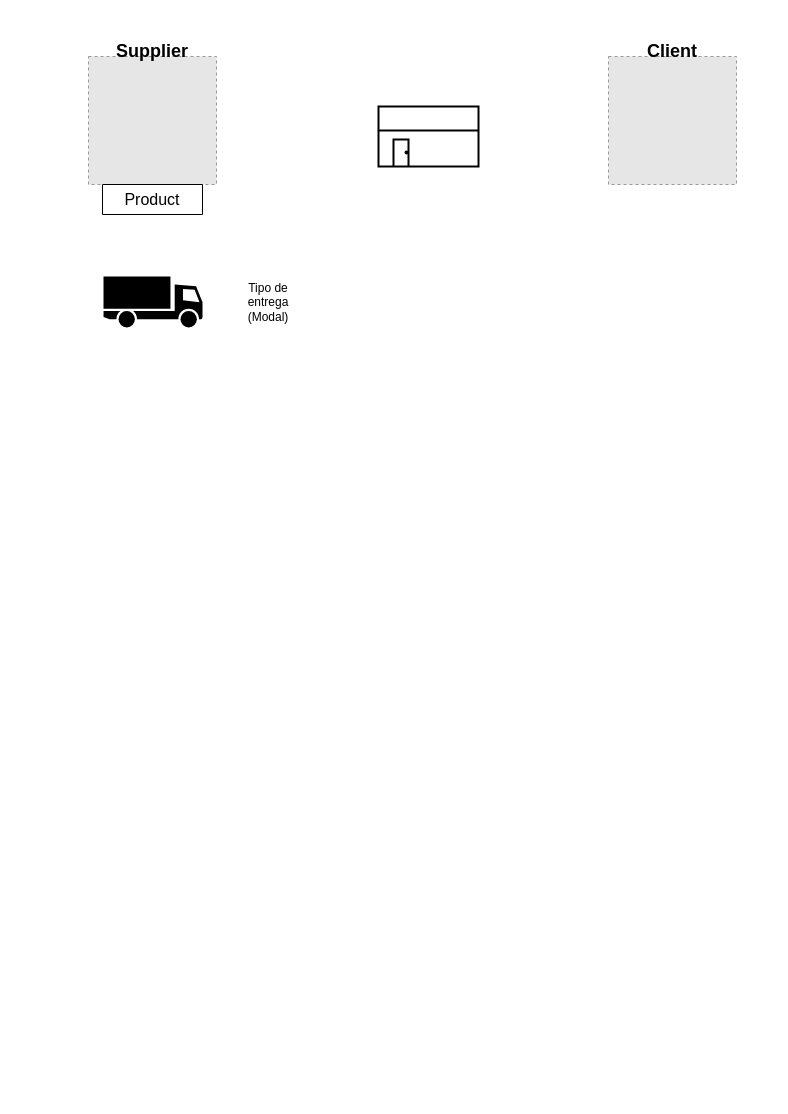
The draw.io diagram logistica/fluxo_produtos1.drawio in TonAndrade/projects, before the edit. Source tidied: cells renumbered, new cells numbered last; positions are measured from the earlier drawing's top-left corner, leaving out a move shared by most shapes. Both pictures are drawn from the tidied source at 100%, with x=0, y=0 at pixel (88, 36). Pictures stored in the file or linked from it are replaced by grey dashed boxes.
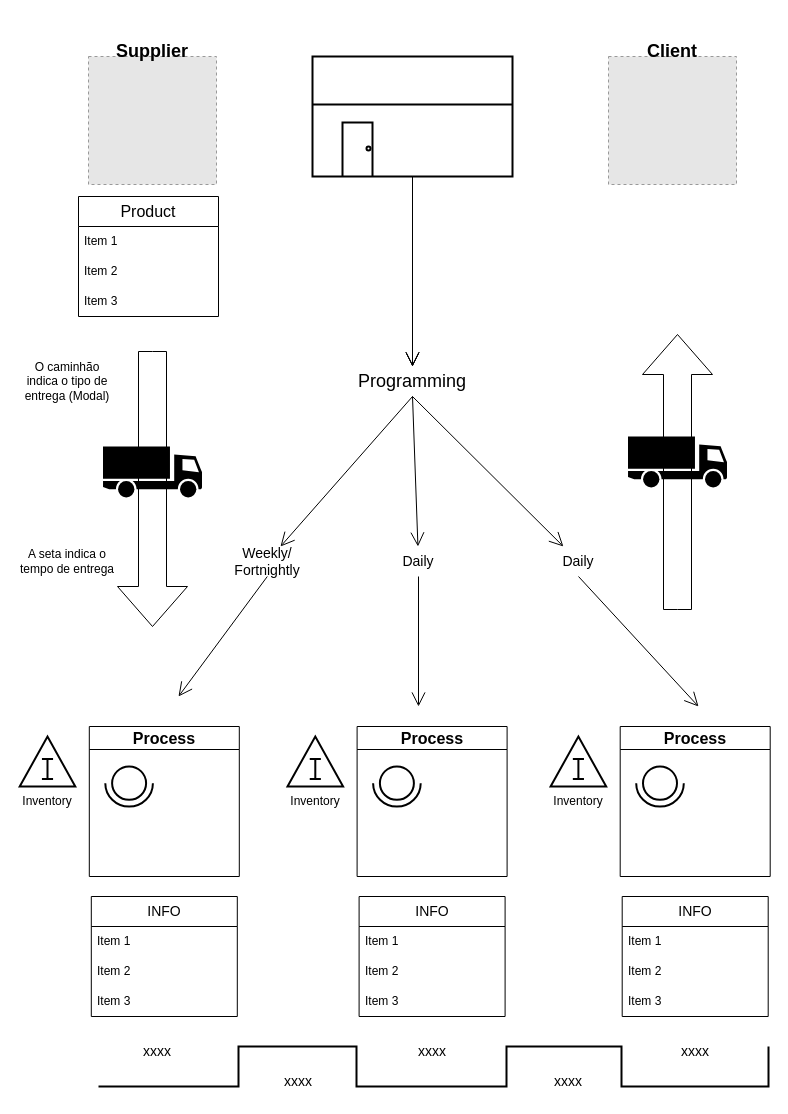
After the change.

The edit, as a diff of the source:
```diff
@@
+    <mxCell id="10" style="html=1;shadow=0;dashed=0;align=center;verticalAlign=middle;shape=mxgraph.arrows2.arrow;dy=0.6;dx=40;direction=south;notch=0;" parent="1" vertex="1">
+      <mxGeometry x="29" y="315" width="70" height="275" as="geometry" />
+    </mxCell>
     <mxCell id="2" style="verticalLabelPosition=bottom;html=1;verticalAlign=top;strokeWidth=2;shape=mxgraph.lean_mapping.warehouse;" parent="1" vertex="1">
-      <mxGeometry x="290" y="70" width="100" height="60" as="geometry" />
+      <mxGeometry x="224" y="20" width="200" height="120" as="geometry" />
     </mxCell>
@@
-    <mxCell id="6" value="&lt;font style=&quot;font-size: 16px;&quot;&gt;Product&lt;/font&gt;" style="swimlane;fontStyle=0;horizontal=1;startSize=30;whiteSpace=wrap;html=1;" parent="1" vertex="1" collapsed="1">
-      <mxGeometry x="14" y="148" width="100" height="30" as="geometry" />
+    <mxCell id="6" value="&lt;font style=&quot;font-size: 16px;&quot;&gt;Product&lt;/font&gt;" style="swimlane;fontStyle=0;horizontal=1;startSize=30;whiteSpace=wrap;html=1;" parent="1" vertex="1">
+      <mxGeometry x="-10" y="160" width="140" height="120" as="geometry" />
     </mxCell>
+    <mxCell id="11" value="Item 1" style="text;strokeColor=none;fillColor=none;align=left;verticalAlign=middle;spacingLeft=4;spacingRight=4;overflow=hidden;whiteSpace=wrap;html=1;" parent="6" vertex="1">
+      <mxGeometry y="30" width="140" height="30" as="geometry" />
+    </mxCell>
+    <mxCell id="12" value="Item 2" style="text;strokeColor=none;fillColor=none;align=left;verticalAlign=middle;spacingLeft=4;spacingRight=4;overflow=hidden;whiteSpace=wrap;html=1;" parent="6" vertex="1">
+      <mxGeometry y="60" width="140" height="30" as="geometry" />
+    </mxCell>
+    <mxCell id="13" value="Item 3" style="text;strokeColor=none;fillColor=none;align=left;verticalAlign=middle;spacingLeft=4;spacingRight=4;overflow=hidden;whiteSpace=wrap;html=1;" parent="6" vertex="1">
+      <mxGeometry y="90" width="140" height="30" as="geometry" />
+    </mxCell>
@@
     <mxCell id="8" style="shape=mxgraph.signs.transportation.truck_1;html=1;fillColor=#000000;strokeColor=none;verticalLabelPosition=bottom;verticalAlign=top;align=center;direction=east;flipH=1;" parent="1" vertex="1">
-      <mxGeometry x="15" y="240" width="99" height="51" as="geometry" />
+      <mxGeometry x="14.5" y="410" width="99" height="51" as="geometry" />
     </mxCell>
-    <mxCell id="9" value="Tipo de entrega (Modal)" style="text;html=1;align=center;verticalAlign=middle;whiteSpace=wrap;rounded=0;" parent="1" vertex="1">
-      <mxGeometry x="150" y="251" width="60" height="30" as="geometry" />
+    <mxCell id="9" value="O caminhão indica o t&lt;span style=&quot;background-color: initial;&quot;&gt;ipo de entrega (Modal)&lt;/span&gt;" style="text;html=1;align=center;verticalAlign=middle;whiteSpace=wrap;rounded=0;" parent="1" vertex="1">
+      <mxGeometry x="-71" y="330" width="100" height="30" as="geometry" />
     </mxCell>
+    <mxCell id="14" value="A seta indica o tempo de entrega" style="text;html=1;align=center;verticalAlign=middle;whiteSpace=wrap;rounded=0;" parent="1" vertex="1">
+      <mxGeometry x="-71" y="510" width="100" height="30" as="geometry" />
+    </mxCell>
+    <mxCell id="15" value="&lt;font style=&quot;font-size: 16px;&quot;&gt;Process&lt;/font&gt;" style="swimlane;whiteSpace=wrap;html=1;" parent="1" vertex="1">
+      <mxGeometry x="0.8" y="690" width="150" height="150" as="geometry" />
+    </mxCell>
+    <mxCell id="16" style="verticalLabelPosition=bottom;html=1;verticalAlign=top;strokeWidth=2;shape=mxgraph.lean_mapping.operator;" parent="15" vertex="1">
+      <mxGeometry x="16" y="40" width="47.6" height="40" as="geometry" />
+    </mxCell>
+    <mxCell id="17" style="group;" parent="1" vertex="1">
+      <mxGeometry x="-71" y="700" width="60" height="80" as="geometry" />
+    </mxCell>
+    <mxCell id="18" style="verticalLabelPosition=bottom;html=1;verticalAlign=top;strokeWidth=2;shape=mxgraph.lean_mapping.inventory_box;" parent="17" vertex="1">
+      <mxGeometry x="2.2" width="55.6" height="50" as="geometry" />
+    </mxCell>
+    <mxCell id="19" value="Inventory" style="text;html=1;align=center;verticalAlign=middle;whiteSpace=wrap;rounded=0;" parent="17" vertex="1">
+      <mxGeometry y="50" width="60" height="30" as="geometry" />
+    </mxCell>
+    <mxCell id="20" value="&lt;font style=&quot;font-size: 14px;&quot;&gt;INFO&lt;/font&gt;" style="swimlane;fontStyle=0;horizontal=1;startSize=30;whiteSpace=wrap;html=1;" parent="1" vertex="1">
+      <mxGeometry x="2.8" y="860" width="146" height="120" as="geometry" />
+    </mxCell>
+    <mxCell id="21" value="Item 1" style="text;strokeColor=none;fillColor=none;align=left;verticalAlign=middle;spacingLeft=4;spacingRight=4;overflow=hidden;whiteSpace=wrap;html=1;" parent="20" vertex="1">
+      <mxGeometry y="30" width="146" height="30" as="geometry" />
+    </mxCell>
+    <mxCell id="22" value="Item 2" style="text;strokeColor=none;fillColor=none;align=left;verticalAlign=middle;spacingLeft=4;spacingRight=4;overflow=hidden;whiteSpace=wrap;html=1;" parent="20" vertex="1">
+      <mxGeometry y="60" width="146" height="30" as="geometry" />
+    </mxCell>
+    <mxCell id="23" value="Item 3" style="text;strokeColor=none;fillColor=none;align=left;verticalAlign=middle;spacingLeft=4;spacingRight=4;overflow=hidden;whiteSpace=wrap;html=1;" parent="20" vertex="1">
+      <mxGeometry y="90" width="146" height="30" as="geometry" />
+    </mxCell>
+    <mxCell id="24" value="&lt;font style=&quot;font-size: 16px;&quot;&gt;Process&lt;/font&gt;" style="swimlane;whiteSpace=wrap;html=1;" parent="1" vertex="1">
+      <mxGeometry x="268.6" y="690" width="150" height="150" as="geometry" />
+    </mxCell>
+    <mxCell id="25" style="verticalLabelPosition=bottom;html=1;verticalAlign=top;strokeWidth=2;shape=mxgraph.lean_mapping.operator;" parent="24" vertex="1">
+      <mxGeometry x="16" y="40" width="47.6" height="40" as="geometry" />
+    </mxCell>
+    <mxCell id="26" style="group;" parent="1" vertex="1">
+      <mxGeometry x="196.8" y="700" width="60" height="80" as="geometry" />
+    </mxCell>
+    <mxCell id="27" style="verticalLabelPosition=bottom;html=1;verticalAlign=top;strokeWidth=2;shape=mxgraph.lean_mapping.inventory_box;" parent="26" vertex="1">
+      <mxGeometry x="2.2" width="55.6" height="50" as="geometry" />
+    </mxCell>
+    <mxCell id="28" value="Inventory" style="text;html=1;align=center;verticalAlign=middle;whiteSpace=wrap;rounded=0;" parent="26" vertex="1">
+      <mxGeometry y="50" width="60" height="30" as="geometry" />
+    </mxCell>
+    <mxCell id="29" value="&lt;font style=&quot;font-size: 14px;&quot;&gt;INFO&lt;/font&gt;" style="swimlane;fontStyle=0;horizontal=1;startSize=30;whiteSpace=wrap;html=1;" parent="1" vertex="1">
+      <mxGeometry x="270.6" y="860" width="146" height="120" as="geometry" />
+    </mxCell>
+    <mxCell id="30" value="Item 1" style="text;strokeColor=none;fillColor=none;align=left;verticalAlign=middle;spacingLeft=4;spacingRight=4;overflow=hidden;whiteSpace=wrap;html=1;" parent="29" vertex="1">
+      <mxGeometry y="30" width="146" height="30" as="geometry" />
+    </mxCell>
+    <mxCell id="31" value="Item 2" style="text;strokeColor=none;fillColor=none;align=left;verticalAlign=middle;spacingLeft=4;spacingRight=4;overflow=hidden;whiteSpace=wrap;html=1;" parent="29" vertex="1">
+      <mxGeometry y="60" width="146" height="30" as="geometry" />
+    </mxCell>
+    <mxCell id="32" value="Item 3" style="text;strokeColor=none;fillColor=none;align=left;verticalAlign=middle;spacingLeft=4;spacingRight=4;overflow=hidden;whiteSpace=wrap;html=1;" parent="29" vertex="1">
+      <mxGeometry y="90" width="146" height="30" as="geometry" />
+    </mxCell>
+    <mxCell id="33" value="&lt;font style=&quot;font-size: 16px;&quot;&gt;Process&lt;/font&gt;" style="swimlane;whiteSpace=wrap;html=1;" parent="1" vertex="1">
+      <mxGeometry x="531.7" y="690" width="150" height="150" as="geometry" />
+    </mxCell>
+    <mxCell id="34" style="verticalLabelPosition=bottom;html=1;verticalAlign=top;strokeWidth=2;shape=mxgraph.lean_mapping.operator;" parent="33" vertex="1">
+      <mxGeometry x="16" y="40" width="47.6" height="40" as="geometry" />
+    </mxCell>
+    <mxCell id="35" style="group;" parent="1" vertex="1">
+      <mxGeometry x="459.9" y="700" width="60" height="80" as="geometry" />
+    </mxCell>
+    <mxCell id="36" style="verticalLabelPosition=bottom;html=1;verticalAlign=top;strokeWidth=2;shape=mxgraph.lean_mapping.inventory_box;" parent="35" vertex="1">
+      <mxGeometry x="2.2" width="55.6" height="50" as="geometry" />
+    </mxCell>
+    <mxCell id="37" value="Inventory" style="text;html=1;align=center;verticalAlign=middle;whiteSpace=wrap;rounded=0;" parent="35" vertex="1">
+      <mxGeometry y="50" width="60" height="30" as="geometry" />
+    </mxCell>
+    <mxCell id="38" value="&lt;font style=&quot;font-size: 14px;&quot;&gt;INFO&lt;/font&gt;" style="swimlane;fontStyle=0;horizontal=1;startSize=30;whiteSpace=wrap;html=1;" parent="1" vertex="1">
+      <mxGeometry x="533.7" y="860" width="146" height="120" as="geometry" />
+    </mxCell>
+    <mxCell id="39" value="Item 1" style="text;strokeColor=none;fillColor=none;align=left;verticalAlign=middle;spacingLeft=4;spacingRight=4;overflow=hidden;whiteSpace=wrap;html=1;" parent="38" vertex="1">
+      <mxGeometry y="30" width="146" height="30" as="geometry" />
+    </mxCell>
+    <mxCell id="40" value="Item 2" style="text;strokeColor=none;fillColor=none;align=left;verticalAlign=middle;spacingLeft=4;spacingRight=4;overflow=hidden;whiteSpace=wrap;html=1;" parent="38" vertex="1">
+      <mxGeometry y="60" width="146" height="30" as="geometry" />
+    </mxCell>
+    <mxCell id="41" value="Item 3" style="text;strokeColor=none;fillColor=none;align=left;verticalAlign=middle;spacingLeft=4;spacingRight=4;overflow=hidden;whiteSpace=wrap;html=1;" parent="38" vertex="1">
+      <mxGeometry y="90" width="146" height="30" as="geometry" />
+    </mxCell>
+    <mxCell id="42" style="endArrow=open;endFill=1;endSize=12;html=1;rounded=0;exitX=0.5;exitY=1;exitDx=0;exitDy=0;" parent="1" edge="1" source="58">
+      <mxGeometry relative="1" as="geometry">
+        <mxPoint x="90" y="660" as="targetPoint" />
+      </mxGeometry>
+    </mxCell>
+    <mxCell id="43" style="endArrow=open;endFill=1;endSize=12;html=1;rounded=0;exitX=0.5;exitY=1;exitDx=0;exitDy=0;" parent="1" edge="1" source="60">
+      <mxGeometry relative="1" as="geometry">
+        <mxPoint x="330" y="670" as="targetPoint" />
+      </mxGeometry>
+    </mxCell>
+    <mxCell id="44" style="endArrow=open;endFill=1;endSize=12;html=1;rounded=0;exitX=0.5;exitY=1;exitDx=0;exitDy=0;" parent="1" edge="1" source="62">
+      <mxGeometry relative="1" as="geometry">
+        <mxPoint x="610" y="670" as="targetPoint" />
+      </mxGeometry>
+    </mxCell>
+    <mxCell id="45" style="endArrow=open;endFill=1;endSize=12;html=1;rounded=0;exitX=0.5;exitY=1;exitDx=0;exitDy=0;" parent="1" edge="1" source="2" target="48">
+      <mxGeometry relative="1" as="geometry" />
+    </mxCell>
+    <mxCell id="46" style="endArrow=open;endFill=1;endSize=12;html=1;rounded=0;exitX=0.5;exitY=1;exitDx=0;exitDy=0;" parent="1" edge="1" source="2" target="48">
+      <mxGeometry relative="1" as="geometry" />
+    </mxCell>
+    <mxCell id="47" style="endArrow=open;endFill=1;endSize=12;html=1;rounded=0;exitX=0.5;exitY=1;exitDx=0;exitDy=0;" parent="1" edge="1" source="2" target="48">
+      <mxGeometry relative="1" as="geometry" />
+    </mxCell>
+    <mxCell id="48" value="Programming" style="text;html=1;align=center;verticalAlign=middle;whiteSpace=wrap;rounded=0;fontSize=18;" parent="1" vertex="1">
+      <mxGeometry x="294" y="330" width="60" height="30" as="geometry" />
+    </mxCell>
+    <mxCell id="49" style="verticalLabelPosition=bottom;html=1;verticalAlign=top;strokeWidth=2;shape=mxgraph.lean_mapping.timeline2;dx1=0;dy1=1;dx2=140;dy2=0;dx3=258;dy3=0.8;dx4=408;dy4=0;dx5=523;dy5=0.6;dy6=0;" parent="1" vertex="1">
+      <mxGeometry x="10" y="1010" width="670" height="40" as="geometry" />
+    </mxCell>
+    <mxCell id="50" value="xxxx" style="text;html=1;align=center;verticalAlign=middle;whiteSpace=wrap;rounded=0;fontSize=14;" parent="1" vertex="1">
+      <mxGeometry x="180" y="1030" width="60" height="30" as="geometry" />
+    </mxCell>
+    <mxCell id="51" value="xxxx" style="text;html=1;align=center;verticalAlign=middle;whiteSpace=wrap;rounded=0;fontSize=14;" parent="1" vertex="1">
+      <mxGeometry x="39" y="1000" width="60" height="30" as="geometry" />
+    </mxCell>
+    <mxCell id="52" value="xxxx" style="text;html=1;align=center;verticalAlign=middle;whiteSpace=wrap;rounded=0;fontSize=14;" parent="1" vertex="1">
+      <mxGeometry x="313.6" y="1000" width="60" height="30" as="geometry" />
+    </mxCell>
+    <mxCell id="53" value="xxxx" style="text;html=1;align=center;verticalAlign=middle;whiteSpace=wrap;rounded=0;fontSize=14;" parent="1" vertex="1">
+      <mxGeometry x="576.7" y="1000" width="60" height="30" as="geometry" />
+    </mxCell>
+    <mxCell id="54" value="xxxx" style="text;html=1;align=center;verticalAlign=middle;whiteSpace=wrap;rounded=0;fontSize=14;" parent="1" vertex="1">
+      <mxGeometry x="450" y="1030" width="60" height="30" as="geometry" />
+    </mxCell>
+    <mxCell id="55" style="html=1;shadow=0;dashed=0;align=center;verticalAlign=middle;shape=mxgraph.arrows2.arrow;dy=0.6;dx=40;direction=south;notch=0;flipV=1;" parent="1" vertex="1">
+      <mxGeometry x="554" y="298" width="70" height="275" as="geometry" />
+    </mxCell>
+    <mxCell id="56" style="shape=mxgraph.signs.transportation.truck_1;html=1;fillColor=#000000;strokeColor=none;verticalLabelPosition=bottom;verticalAlign=top;align=center;direction=east;flipH=1;" parent="1" vertex="1">
+      <mxGeometry x="539.5" y="400" width="99" height="51" as="geometry" />
+    </mxCell>
+    <mxCell id="57" style="endArrow=open;endFill=1;endSize=12;html=1;rounded=0;exitX=0.5;exitY=1;exitDx=0;exitDy=0;" parent="1" edge="1" source="48" target="58">
+      <mxGeometry relative="1" as="geometry" />
+    </mxCell>
+    <mxCell id="58" value="Weekly/ Fortnightly" style="text;html=1;align=center;verticalAlign=middle;whiteSpace=wrap;rounded=0;fontSize=14;" parent="1" vertex="1">
+      <mxGeometry x="148.8" y="510" width="60" height="30" as="geometry" />
+    </mxCell>
+    <mxCell id="59" style="endArrow=open;endFill=1;endSize=12;html=1;rounded=0;exitX=0.5;exitY=1;exitDx=0;exitDy=0;" parent="1" edge="1" source="48" target="60">
+      <mxGeometry relative="1" as="geometry" />
+    </mxCell>
+    <mxCell id="60" value="Daily" style="text;html=1;align=center;verticalAlign=middle;whiteSpace=wrap;rounded=0;fontSize=14;" parent="1" vertex="1">
+      <mxGeometry x="300" y="510" width="60" height="30" as="geometry" />
+    </mxCell>
+    <mxCell id="61" style="endArrow=open;endFill=1;endSize=12;html=1;rounded=0;exitX=0.5;exitY=1;exitDx=0;exitDy=0;" parent="1" edge="1" source="48" target="62">
+      <mxGeometry relative="1" as="geometry" />
+    </mxCell>
+    <mxCell id="62" value="Daily" style="text;html=1;align=center;verticalAlign=middle;whiteSpace=wrap;rounded=0;fontSize=14;" parent="1" vertex="1">
+      <mxGeometry x="460" y="510" width="60" height="30" as="geometry" />
+    </mxCell>
```
